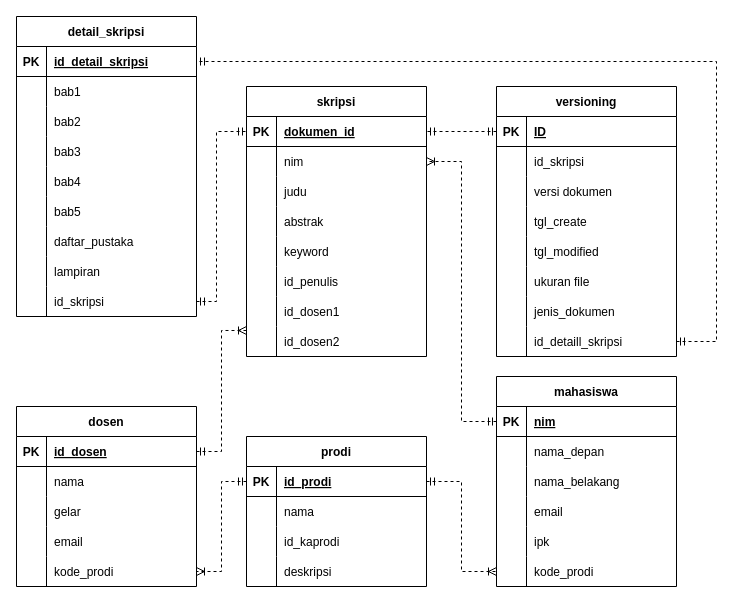
Earlier version of the draw.io diagram Untitled Diagram.drawio (MaximHere/drawio). Source tidied: cells renumbered, new cells numbered last; positions are measured from the earlier drawing's top-left corner, leaving out a move shared by most shapes. Both pictures are drawn from the tidied source at 100%, with x=0, y=0 at pixel (16, 16).
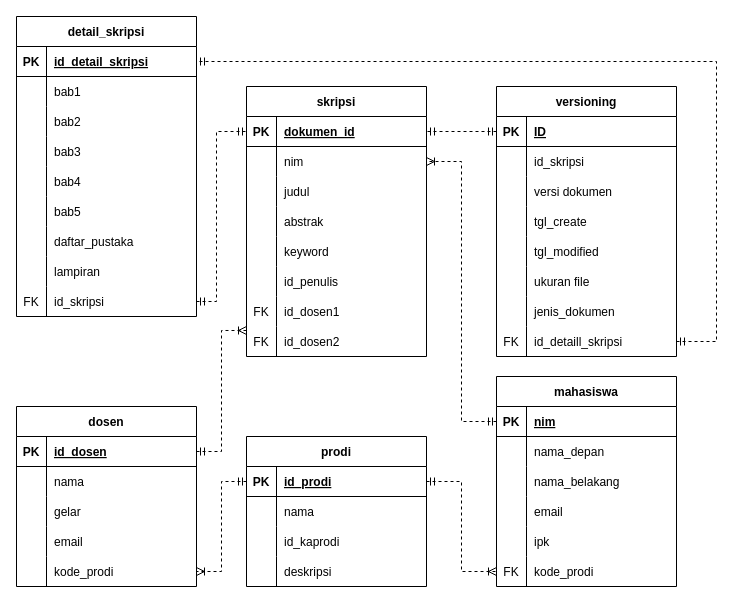
The same diagram, later.

The change refers to these unchanged cells:
```xml
<mxCell id="27" style="shape=partialRectangle;fillColor=none;top=0;left=0;bottom=0;right=0;points=[[0,0.5],[1,0.5]];portConstraint=eastwest;" parent="2" vertex="1">
  <mxGeometry y="270" width="180" height="30" as="geometry" />
</mxCell>
<mxCell id="37" style="shape=partialRectangle;fillColor=none;top=0;left=0;bottom=0;right=0;" parent="30" vertex="1">
  <mxGeometry y="90" width="180" height="30" as="geometry" />
</mxCell>
<mxCell id="49" style="shape=partialRectangle;fillColor=none;top=0;left=0;bottom=0;right=0;points=[[0,0.5],[1,0.5]];portConstraint=eastwest;" parent="30" vertex="1">
  <mxGeometry y="210" width="180" height="30" as="geometry" />
</mxCell>
<mxCell id="52" style="shape=partialRectangle;fillColor=none;top=0;left=0;bottom=0;right=0;" parent="30" vertex="1">
  <mxGeometry y="240" width="180" height="30" as="geometry" />
</mxCell>
<mxCell id="101" style="shape=partialRectangle;fillColor=none;top=0;left=0;bottom=0;right=0;points=[[0,0.5],[1,0.5]];portConstraint=eastwest;" parent="85" vertex="1">
  <mxGeometry y="180" width="180" height="30" as="geometry" />
</mxCell>
<mxCell id="126" style="shape=partialRectangle;fillColor=none;top=0;left=0;bottom=0;right=0;points=[[0,0.5],[1,0.5]];portConstraint=eastwest;" parent="104" vertex="1">
  <mxGeometry y="240" width="180" height="30" as="geometry" />
</mxCell>
```

Diff of the diagram source:
```diff
@@
-    <mxCell id="28" style="shape=partialRectangle;fillColor=none;top=0;left=0;bottom=0;right=0;overflow=hidden;" parent="27" vertex="1">
+    <mxCell id="28" value="FK" style="shape=partialRectangle;fillColor=none;top=0;left=0;bottom=0;right=0;overflow=hidden;" parent="27" vertex="1">
       <mxGeometry width="30" height="30" as="geometry" />
     </mxCell>
@@
-    <mxCell id="39" value="judu" style="shape=partialRectangle;fillColor=none;top=0;left=0;bottom=0;right=0;align=left;spacingLeft=6;overflow=hidden;" parent="37" vertex="1">
+    <mxCell id="39" value="judul" style="shape=partialRectangle;fillColor=none;top=0;left=0;bottom=0;right=0;align=left;spacingLeft=6;overflow=hidden;" parent="37" vertex="1">
       <mxGeometry x="30" width="150" height="30" as="geometry" />
     </mxCell>
@@
-    <mxCell id="50" style="shape=partialRectangle;fillColor=none;top=0;left=0;bottom=0;right=0;overflow=hidden;" parent="49" vertex="1">
+    <mxCell id="50" value="FK" style="shape=partialRectangle;fillColor=none;top=0;left=0;bottom=0;right=0;overflow=hidden;" parent="49" vertex="1">
       <mxGeometry width="30" height="30" as="geometry" />
     </mxCell>
@@
-    <mxCell id="53" style="shape=partialRectangle;fillColor=none;top=0;left=0;bottom=0;right=0;overflow=hidden;" parent="52" vertex="1">
+    <mxCell id="53" value="FK" style="shape=partialRectangle;fillColor=none;top=0;left=0;bottom=0;right=0;overflow=hidden;" parent="52" vertex="1">
       <mxGeometry width="30" height="30" as="geometry" />
     </mxCell>
@@
-    <mxCell id="102" style="shape=partialRectangle;fillColor=none;top=0;left=0;bottom=0;right=0;overflow=hidden;" parent="101" vertex="1">
+    <mxCell id="102" value="FK" style="shape=partialRectangle;fillColor=none;top=0;left=0;bottom=0;right=0;overflow=hidden;" parent="101" vertex="1">
       <mxGeometry width="30" height="30" as="geometry" />
     </mxCell>
@@
-    <mxCell id="127" style="shape=partialRectangle;fillColor=none;top=0;left=0;bottom=0;right=0;overflow=hidden;" parent="126" vertex="1">
+    <mxCell id="127" value="FK" style="shape=partialRectangle;fillColor=none;top=0;left=0;bottom=0;right=0;overflow=hidden;" parent="126" vertex="1">
       <mxGeometry width="30" height="30" as="geometry" />
     </mxCell>
```
